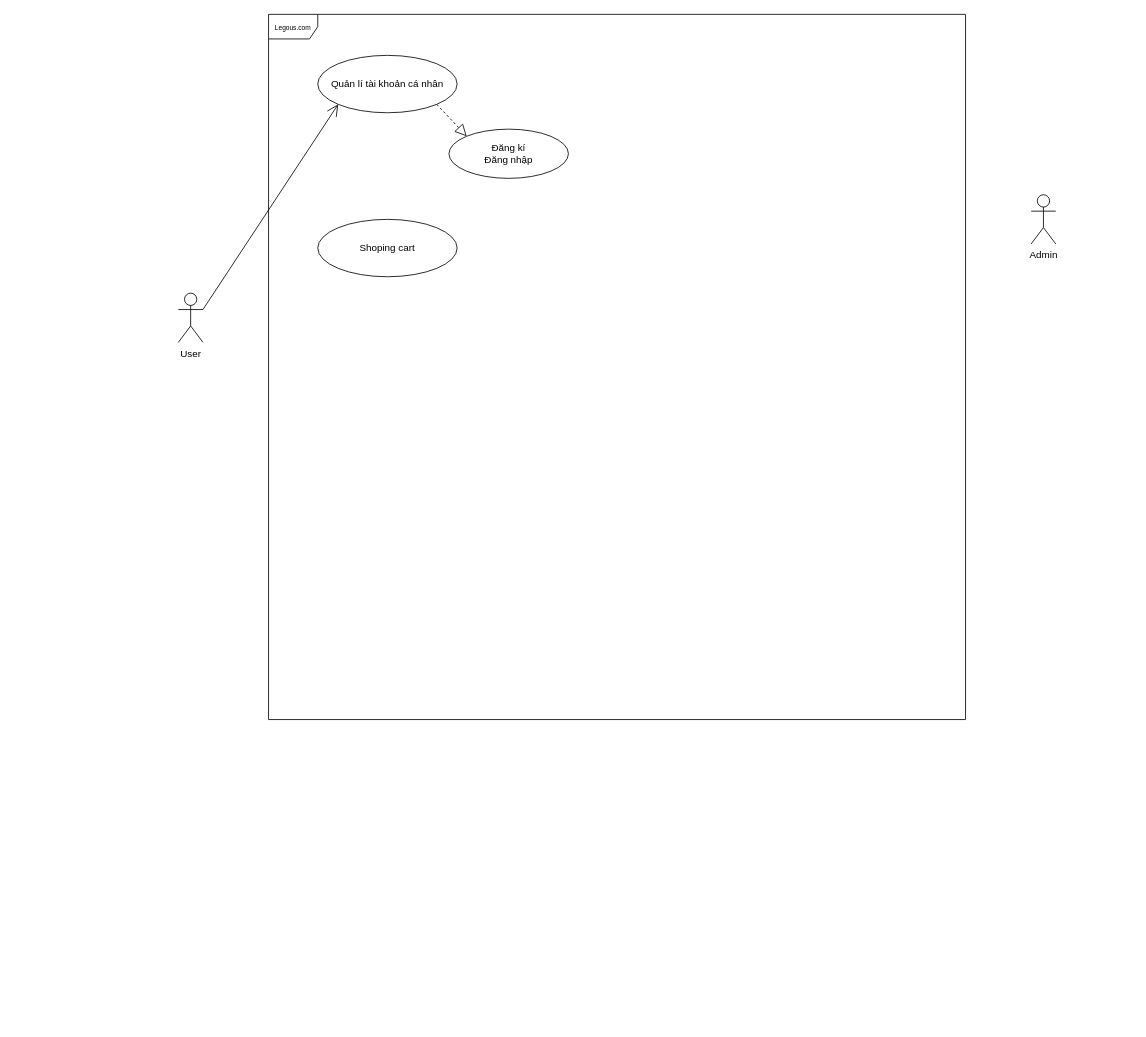
Earlier version of the draw.io diagram page "UseCases" (3 of 3) of .vscode/LEGOUS_DIAGRAM.drawio (thanh8724/Legous). Source tidied: cells renumbered, new cells numbered last; positions are measured from the earlier drawing's top-left corner, leaving out a move shared by most shapes. Both pictures are drawn from the tidied source at 82%, with x=0, y=0 at pixel (178, 14).
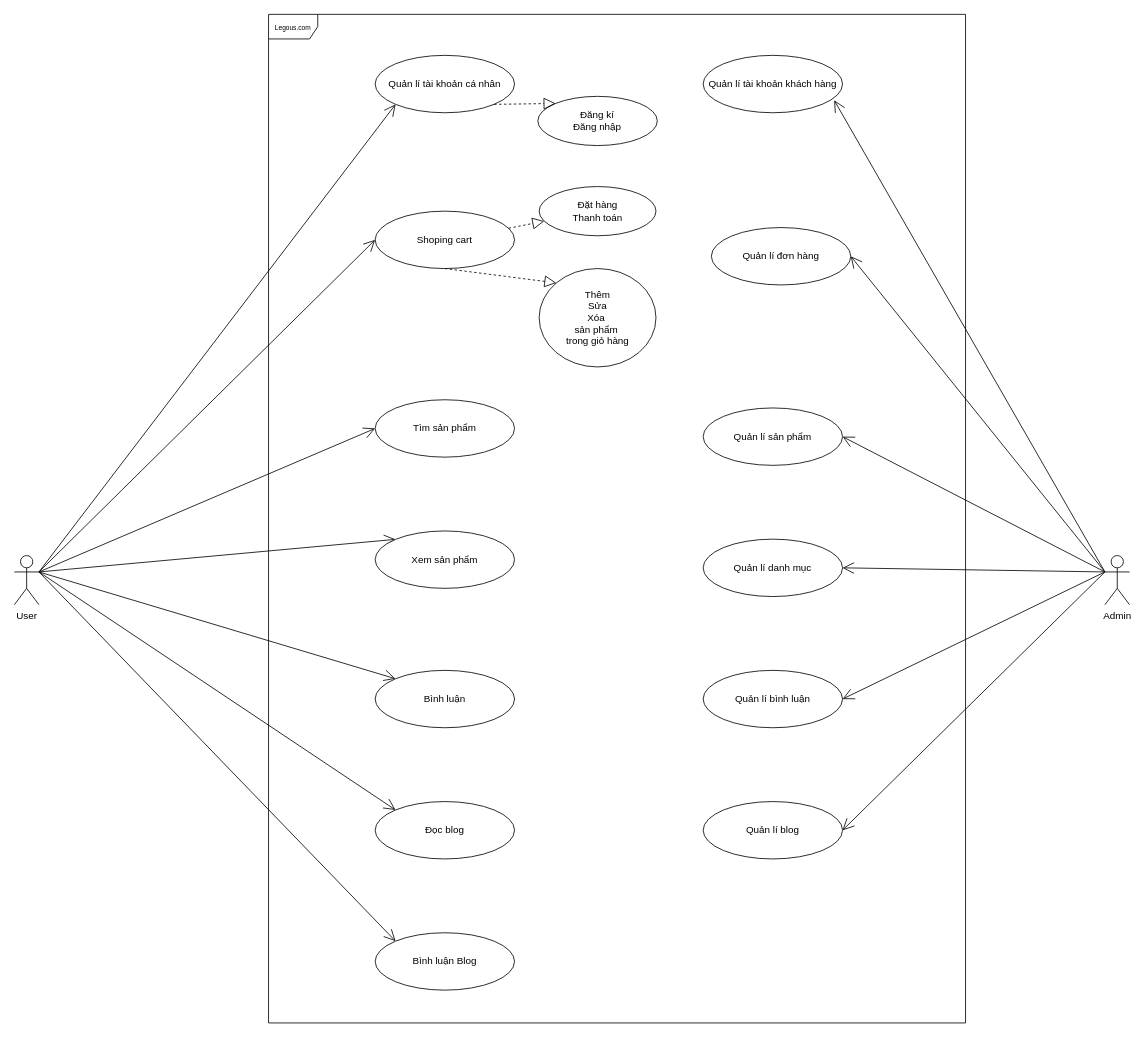
The same diagram, later.

Diff of the diagram source:
```diff
@@
     <mxCell id="2" value="&lt;font style=&quot;font-size: 8px;&quot;&gt;Legous.com &lt;/font&gt;" style="shape=umlFrame;whiteSpace=wrap;html=1;" parent="1" vertex="1">
-      <mxGeometry x="110" width="850" height="860" as="geometry" />
+      <mxGeometry x="110" width="850" height="1230" as="geometry" />
     </mxCell>
     <mxCell id="3" value="User" style="shape=umlActor;verticalLabelPosition=bottom;verticalAlign=top;html=1;" parent="1" vertex="1">
-      <mxGeometry y="340" width="30" height="60" as="geometry" />
+      <mxGeometry x="-200" y="660" width="30" height="60" as="geometry" />
     </mxCell>
     <mxCell id="4" value="Admin" style="shape=umlActor;verticalLabelPosition=bottom;verticalAlign=top;html=1;" parent="1" vertex="1">
-      <mxGeometry x="1040" y="220" width="30" height="60" as="geometry" />
+      <mxGeometry x="1130" y="660" width="30" height="60" as="geometry" />
     </mxCell>
     <mxCell id="5" value="Quản lí tài khoản cá nhân" style="ellipse;whiteSpace=wrap;html=1;" parent="1" vertex="1">
-      <mxGeometry x="170" y="50" width="170" height="70" as="geometry" />
+      <mxGeometry x="240" y="50" width="170" height="70" as="geometry" />
     </mxCell>
@@
     <mxCell id="7" value="&lt;div&gt;Đăng kí&lt;/div&gt;&lt;div&gt;Đăng nhập&lt;br&gt;&lt;/div&gt;" style="ellipse;whiteSpace=wrap;html=1;" parent="1" vertex="1">
-      <mxGeometry x="330" y="140" width="145.7" height="60" as="geometry" />
+      <mxGeometry x="438.4" y="100" width="145.7" height="60" as="geometry" />
     </mxCell>
@@
     <mxCell id="9" value="Shoping cart" style="ellipse;whiteSpace=wrap;html=1;" parent="1" vertex="1">
-      <mxGeometry x="170" y="250" width="170" height="70" as="geometry" />
+      <mxGeometry x="240" y="240" width="170" height="70" as="geometry" />
     </mxCell>
+    <mxCell id="10" style="endArrow=open;endFill=1;endSize=12;html=1;rounded=0;exitX=1;exitY=0.3333333333333333;exitDx=0;exitDy=0;exitPerimeter=0;entryX=0;entryY=0.5;entryDx=0;entryDy=0;" parent="1" edge="1" source="3" target="9">
+      <mxGeometry relative="1" as="geometry" />
+    </mxCell>
+    <mxCell id="11" style="endArrow=block;dashed=1;endFill=0;endSize=12;html=1;rounded=0;entryX=0;entryY=0;entryDx=0;entryDy=0;exitX=0.5;exitY=1;exitDx=0;exitDy=0;" parent="1" edge="1" source="9" target="12">
+      <mxGeometry relative="1" as="geometry" />
+    </mxCell>
+    <mxCell id="12" value="&lt;div&gt;Thêm&lt;/div&gt;&lt;div&gt;Sửa &lt;br&gt;&lt;/div&gt;&lt;div&gt;Xóa&amp;nbsp;&lt;/div&gt;&lt;div&gt;sản phẩm&amp;nbsp;&lt;/div&gt;&lt;div&gt;trong giỏ hàng&lt;br&gt;&lt;/div&gt;" style="ellipse;whiteSpace=wrap;html=1;" parent="1" vertex="1">
+      <mxGeometry x="440" y="310" width="142.5" height="120" as="geometry" />
+    </mxCell>
+    <mxCell id="13" value="&lt;div&gt;Đặt hàng&lt;/div&gt;&lt;div&gt;Thanh toán&lt;br&gt;&lt;/div&gt;" style="ellipse;whiteSpace=wrap;html=1;" parent="1" vertex="1">
+      <mxGeometry x="440" y="210" width="142.5" height="60" as="geometry" />
+    </mxCell>
+    <mxCell id="14" style="endArrow=block;dashed=1;endFill=0;endSize=12;html=1;rounded=0;" parent="1" edge="1" source="9" target="13">
+      <mxGeometry relative="1" as="geometry" />
+    </mxCell>
+    <mxCell id="15" value="Tìm sản phẩm" style="ellipse;whiteSpace=wrap;html=1;" parent="1" vertex="1">
+      <mxGeometry x="240" y="470" width="170" height="70" as="geometry" />
+    </mxCell>
+    <mxCell id="16" style="endArrow=open;endFill=1;endSize=12;html=1;rounded=0;entryX=0;entryY=0.5;entryDx=0;entryDy=0;exitX=1;exitY=0.3333333333333333;exitDx=0;exitDy=0;exitPerimeter=0;" parent="1" edge="1" source="3" target="15">
+      <mxGeometry relative="1" as="geometry" />
+    </mxCell>
+    <mxCell id="17" style="endArrow=open;endFill=1;endSize=12;html=1;rounded=0;entryX=0;entryY=0;entryDx=0;entryDy=0;exitX=1;exitY=0.3333333333333333;exitDx=0;exitDy=0;exitPerimeter=0;" parent="1" edge="1" source="3" target="18">
+      <mxGeometry relative="1" as="geometry" />
+    </mxCell>
+    <mxCell id="18" value="Xem sản phẩm" style="ellipse;whiteSpace=wrap;html=1;" parent="1" vertex="1">
+      <mxGeometry x="240" y="630" width="170" height="70" as="geometry" />
+    </mxCell>
+    <mxCell id="19" value="Bình luận" style="ellipse;whiteSpace=wrap;html=1;" parent="1" vertex="1">
+      <mxGeometry x="240" y="800" width="170" height="70" as="geometry" />
+    </mxCell>
+    <mxCell id="20" style="endArrow=open;endFill=1;endSize=12;html=1;rounded=0;entryX=0;entryY=0;entryDx=0;entryDy=0;exitX=1;exitY=0.3333333333333333;exitDx=0;exitDy=0;exitPerimeter=0;" parent="1" edge="1" source="3" target="19">
+      <mxGeometry relative="1" as="geometry" />
+    </mxCell>
+    <mxCell id="21" value="Đọc blog" style="ellipse;whiteSpace=wrap;html=1;" parent="1" vertex="1">
+      <mxGeometry x="240" y="960" width="170" height="70" as="geometry" />
+    </mxCell>
+    <mxCell id="22" style="endArrow=open;endFill=1;endSize=12;html=1;rounded=0;entryX=0;entryY=0;entryDx=0;entryDy=0;exitX=1;exitY=0.3333333333333333;exitDx=0;exitDy=0;exitPerimeter=0;" parent="1" edge="1" source="3" target="21">
+      <mxGeometry relative="1" as="geometry" />
+    </mxCell>
+    <mxCell id="23" value="Bình luận Blog" style="ellipse;whiteSpace=wrap;html=1;" parent="1" vertex="1">
+      <mxGeometry x="240" y="1120" width="170" height="70" as="geometry" />
+    </mxCell>
+    <mxCell id="24" style="endArrow=open;endFill=1;endSize=12;html=1;rounded=0;entryX=0;entryY=0;entryDx=0;entryDy=0;exitX=1;exitY=0.3333333333333333;exitDx=0;exitDy=0;exitPerimeter=0;" parent="1" edge="1" source="3" target="23">
+      <mxGeometry relative="1" as="geometry" />
+    </mxCell>
+    <mxCell id="25" style="endArrow=open;endFill=1;endSize=12;html=1;rounded=0;exitX=0;exitY=0.3333333333333333;exitDx=0;exitDy=0;exitPerimeter=0;entryX=0.94;entryY=0.782;entryDx=0;entryDy=0;entryPerimeter=0;" parent="1" edge="1" source="4" target="26">
+      <mxGeometry relative="1" as="geometry" />
+    </mxCell>
+    <mxCell id="26" value="Quản lí tài khoản khách hàng" style="ellipse;whiteSpace=wrap;html=1;" parent="1" vertex="1">
+      <mxGeometry x="640" y="50" width="170" height="70" as="geometry" />
+    </mxCell>
+    <mxCell id="27" style="endArrow=open;endFill=1;endSize=12;html=1;rounded=0;exitX=0;exitY=0.3333333333333333;exitDx=0;exitDy=0;exitPerimeter=0;entryX=1;entryY=0.5;entryDx=0;entryDy=0;" parent="1" edge="1" source="4" target="28">
+      <mxGeometry relative="1" as="geometry" />
+    </mxCell>
+    <mxCell id="28" value="Quản lí sản phẩm" style="ellipse;whiteSpace=wrap;html=1;" parent="1" vertex="1">
+      <mxGeometry x="640" y="480" width="170" height="70" as="geometry" />
+    </mxCell>
+    <mxCell id="29" value="Quản lí đơn hàng" style="ellipse;whiteSpace=wrap;html=1;" parent="1" vertex="1">
+      <mxGeometry x="650" y="260" width="170" height="70" as="geometry" />
+    </mxCell>
+    <mxCell id="30" style="endArrow=open;endFill=1;endSize=12;html=1;rounded=0;entryX=1;entryY=0.5;entryDx=0;entryDy=0;exitX=0;exitY=0.3333333333333333;exitDx=0;exitDy=0;exitPerimeter=0;" parent="1" edge="1" source="4" target="29">
+      <mxGeometry relative="1" as="geometry" />
+    </mxCell>
+    <mxCell id="31" value="Quản lí danh mục " style="ellipse;whiteSpace=wrap;html=1;" parent="1" vertex="1">
+      <mxGeometry x="640" y="640" width="170" height="70" as="geometry" />
+    </mxCell>
+    <mxCell id="32" style="endArrow=open;endFill=1;endSize=12;html=1;rounded=0;entryX=1;entryY=0.5;entryDx=0;entryDy=0;exitX=0;exitY=0.3333333333333333;exitDx=0;exitDy=0;exitPerimeter=0;" parent="1" edge="1" source="4" target="31">
+      <mxGeometry relative="1" as="geometry" />
+    </mxCell>
+    <mxCell id="33" style="endArrow=open;endFill=1;endSize=12;html=1;rounded=0;entryX=1;entryY=0.5;entryDx=0;entryDy=0;exitX=0;exitY=0.3333333333333333;exitDx=0;exitDy=0;exitPerimeter=0;" parent="1" edge="1" source="4" target="34">
+      <mxGeometry relative="1" as="geometry" />
+    </mxCell>
+    <mxCell id="34" value="Quản lí bình luận" style="ellipse;whiteSpace=wrap;html=1;" parent="1" vertex="1">
+      <mxGeometry x="640" y="800" width="170" height="70" as="geometry" />
+    </mxCell>
+    <mxCell id="35" value="Quản lí blog" style="ellipse;whiteSpace=wrap;html=1;" parent="1" vertex="1">
+      <mxGeometry x="640" y="960" width="170" height="70" as="geometry" />
+    </mxCell>
+    <mxCell id="36" style="endArrow=open;endFill=1;endSize=12;html=1;rounded=0;entryX=1;entryY=0.5;entryDx=0;entryDy=0;exitX=0;exitY=0.3333333333333333;exitDx=0;exitDy=0;exitPerimeter=0;" parent="1" edge="1" source="4" target="35">
+      <mxGeometry relative="1" as="geometry" />
+    </mxCell>
```
